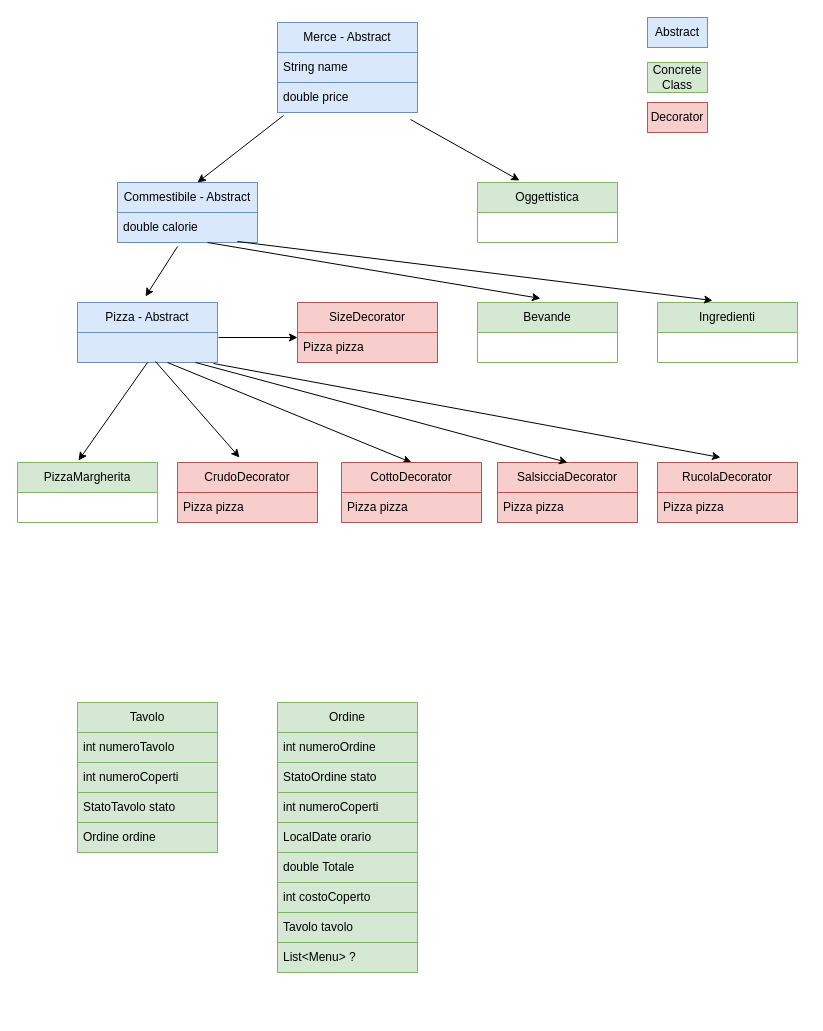
Before: esercizio/DiagrammaW17D1.drawio in WalterBarbieri/Week17Day1, a draw.io diagram. Source tidied: cells renumbered, new cells numbered last; positions are measured from the earlier drawing's top-left corner, leaving out a move shared by most shapes. Both pictures are drawn from the tidied source at 100%, with x=0, y=0 at pixel (17, 17).
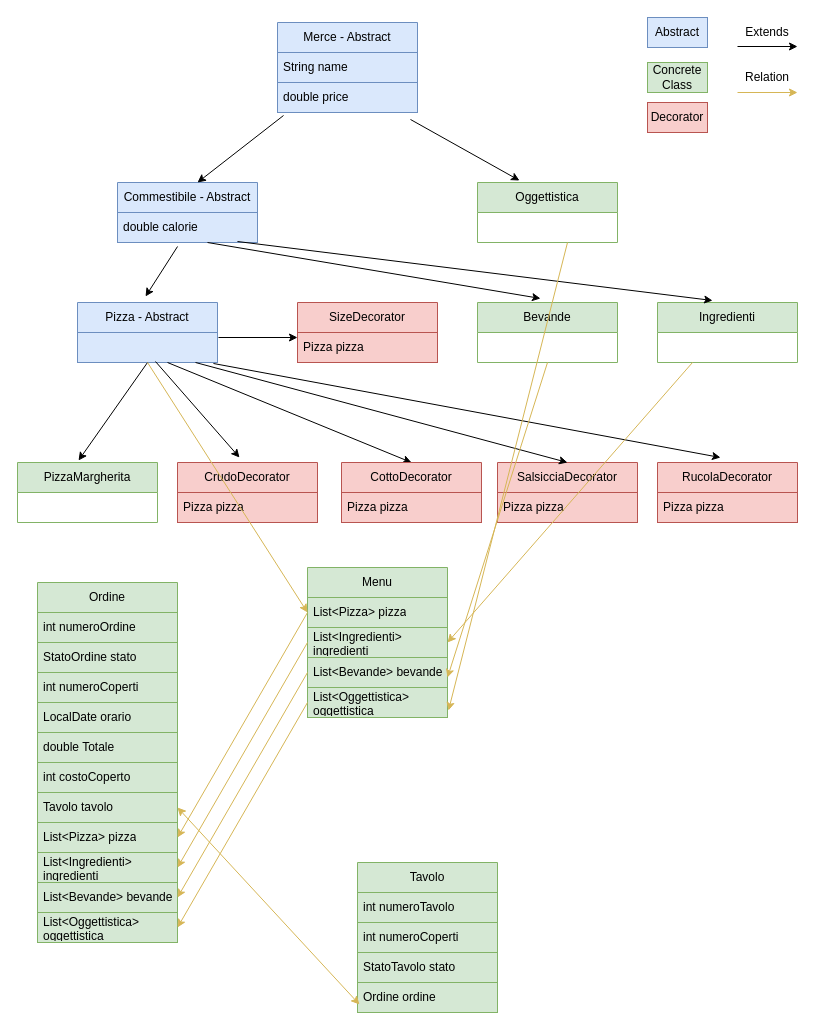
Above is the later version.

The change refers to these unchanged cells:
```xml
<mxCell id="11" style="text;strokeColor=#6c8ebf;fillColor=#dae8fc;align=left;verticalAlign=middle;spacingLeft=4;spacingRight=4;overflow=hidden;points=[[0,0.5],[1,0.5]];portConstraint=eastwest;whiteSpace=wrap;html=1;" parent="10" vertex="1">
  <mxGeometry y="30" width="140" height="30" as="geometry" />
</mxCell>
<mxCell id="12" value="Bevande" style="swimlane;fontStyle=0;horizontal=1;startSize=30;whiteSpace=wrap;html=1;fillColor=#d5e8d4;strokeColor=#82b366;" parent="1" vertex="1">
  <mxGeometry x="460" y="285" width="140" height="60" as="geometry" />
</mxCell>
<mxCell id="15" value="Ingredienti" style="swimlane;fontStyle=0;horizontal=1;startSize=30;whiteSpace=wrap;html=1;fillColor=#d5e8d4;strokeColor=#82b366;" parent="1" vertex="1">
  <mxGeometry x="640" y="285" width="140" height="60" as="geometry" />
</mxCell>
<mxCell id="41" value="Ordine ordine" style="text;strokeColor=#82b366;fillColor=#d5e8d4;align=left;verticalAlign=middle;spacingLeft=4;spacingRight=4;overflow=hidden;points=[[0,0.5],[1,0.5]];portConstraint=eastwest;whiteSpace=wrap;html=1;" parent="37" vertex="1">
  <mxGeometry y="120" width="140" height="30" as="geometry" />
</mxCell>
<mxCell id="49" value="Tavolo tavolo" style="text;strokeColor=#82b366;fillColor=#d5e8d4;align=left;verticalAlign=middle;spacingLeft=4;spacingRight=4;overflow=hidden;points=[[0,0.5],[1,0.5]];portConstraint=eastwest;whiteSpace=wrap;html=1;" parent="42" vertex="1">
  <mxGeometry y="210" width="140" height="30" as="geometry" />
</mxCell>
```

Diff of the diagram source:
```diff
@@
     <mxCell id="37" value="Tavolo" style="swimlane;fontStyle=0;horizontal=1;startSize=30;whiteSpace=wrap;html=1;fillColor=#d5e8d4;strokeColor=#82b366;" parent="1" vertex="1">
-      <mxGeometry x="60" y="685" width="140" height="150" as="geometry" />
+      <mxGeometry x="340" y="845" width="140" height="150" as="geometry" />
     </mxCell>
@@
     <mxCell id="42" value="Ordine" style="swimlane;fontStyle=0;horizontal=1;startSize=30;whiteSpace=wrap;html=1;fillColor=#d5e8d4;strokeColor=#82b366;" parent="1" vertex="1">
-      <mxGeometry x="260" y="685" width="140" height="270" as="geometry" />
+      <mxGeometry x="20" y="565" width="140" height="240" as="geometry" />
     </mxCell>
@@
+    <mxCell id="51" value="Menu" style="swimlane;fontStyle=0;horizontal=1;startSize=30;whiteSpace=wrap;html=1;fillColor=#d5e8d4;strokeColor=#82b366;" parent="1" vertex="1">
+      <mxGeometry x="290" y="550" width="140" height="150" as="geometry" />
+    </mxCell>
+    <mxCell id="52" value="List&amp;lt;Pizza&amp;gt; pizza" style="text;strokeColor=#82b366;fillColor=#d5e8d4;align=left;verticalAlign=middle;spacingLeft=4;spacingRight=4;overflow=hidden;points=[[0,0.5],[1,0.5]];portConstraint=eastwest;whiteSpace=wrap;html=1;" parent="51" vertex="1">
+      <mxGeometry y="30" width="140" height="30" as="geometry" />
+    </mxCell>
+    <mxCell id="53" value="List&amp;lt;Ingredienti&amp;gt; ingredienti" style="text;strokeColor=#82b366;fillColor=#d5e8d4;align=left;verticalAlign=middle;spacingLeft=4;spacingRight=4;overflow=hidden;points=[[0,0.5],[1,0.5]];portConstraint=eastwest;whiteSpace=wrap;html=1;" parent="51" vertex="1">
+      <mxGeometry y="60" width="140" height="30" as="geometry" />
+    </mxCell>
+    <mxCell id="54" value="List&amp;lt;Bevande&amp;gt; bevande" style="text;strokeColor=#82b366;fillColor=#d5e8d4;align=left;verticalAlign=middle;spacingLeft=4;spacingRight=4;overflow=hidden;points=[[0,0.5],[1,0.5]];portConstraint=eastwest;whiteSpace=wrap;html=1;" parent="51" vertex="1">
+      <mxGeometry y="90" width="140" height="30" as="geometry" />
+    </mxCell>
+    <mxCell id="55" value="List&amp;lt;Oggettistica&amp;gt; oggettistica" style="text;strokeColor=#82b366;fillColor=#d5e8d4;align=left;verticalAlign=middle;spacingLeft=4;spacingRight=4;overflow=hidden;points=[[0,0.5],[1,0.5]];portConstraint=eastwest;whiteSpace=wrap;html=1;" parent="51" vertex="1">
+      <mxGeometry y="120" width="140" height="30" as="geometry" />
+    </mxCell>
+    <mxCell id="56" style="endArrow=classic;html=1;rounded=0;entryX=0;entryY=0.5;entryDx=0;entryDy=0;exitX=0.5;exitY=1;exitDx=0;exitDy=0;exitPerimeter=0;fillColor=#fff2cc;strokeColor=#d6b656;" parent="1" edge="1" source="11" target="52">
+      <mxGeometry relative="1" as="geometry" />
+    </mxCell>
+    <mxCell id="57" style="endArrow=classic;html=1;rounded=0;exitX=0.5;exitY=1;exitDx=0;exitDy=0;entryX=1;entryY=0.667;entryDx=0;entryDy=0;entryPerimeter=0;fillColor=#fff2cc;strokeColor=#d6b656;" parent="1" edge="1" source="12" target="54">
+      <mxGeometry relative="1" as="geometry" />
+    </mxCell>
+    <mxCell id="58" style="endArrow=classic;html=1;rounded=0;entryX=1;entryY=0.5;entryDx=0;entryDy=0;exitX=0.25;exitY=1;exitDx=0;exitDy=0;fillColor=#fff2cc;strokeColor=#d6b656;" parent="1" edge="1" source="15" target="51">
+      <mxGeometry relative="1" as="geometry" />
+    </mxCell>
+    <mxCell id="59" style="endArrow=classic;html=1;rounded=0;entryX=1.007;entryY=0.767;entryDx=0;entryDy=0;entryPerimeter=0;fillColor=#fff2cc;strokeColor=#d6b656;" parent="1" edge="1" target="55">
+      <mxGeometry relative="1" as="geometry">
+        <mxPoint x="550" y="225" as="sourcePoint" />
+      </mxGeometry>
+    </mxCell>
-    <mxCell id="50" value="List&amp;lt;Menu&amp;gt; ?" style="text;strokeColor=#82b366;fillColor=#d5e8d4;align=left;verticalAlign=middle;spacingLeft=4;spacingRight=4;overflow=hidden;points=[[0,0.5],[1,0.5]];portConstraint=eastwest;whiteSpace=wrap;html=1;" parent="42" vertex="1">
-      <mxGeometry y="240" width="140" height="30" as="geometry" />
+    <mxCell id="50" value="List&amp;lt;Pizza&amp;gt; pizza" style="text;strokeColor=#82b366;fillColor=#d5e8d4;align=left;verticalAlign=middle;spacingLeft=4;spacingRight=4;overflow=hidden;points=[[0,0.5],[1,0.5]];portConstraint=eastwest;whiteSpace=wrap;html=1;" parent="1" vertex="1">
+      <mxGeometry x="20" y="805" width="140" height="30" as="geometry" />
     </mxCell>
+    <mxCell id="60" value="List&amp;lt;Ingredienti&amp;gt; ingredienti" style="text;strokeColor=#82b366;fillColor=#d5e8d4;align=left;verticalAlign=middle;spacingLeft=4;spacingRight=4;overflow=hidden;points=[[0,0.5],[1,0.5]];portConstraint=eastwest;whiteSpace=wrap;html=1;" parent="1" vertex="1">
+      <mxGeometry x="20" y="835" width="140" height="30" as="geometry" />
+    </mxCell>
+    <mxCell id="61" value="List&amp;lt;Bevande&amp;gt; bevande" style="text;strokeColor=#82b366;fillColor=#d5e8d4;align=left;verticalAlign=middle;spacingLeft=4;spacingRight=4;overflow=hidden;points=[[0,0.5],[1,0.5]];portConstraint=eastwest;whiteSpace=wrap;html=1;" parent="1" vertex="1">
+      <mxGeometry x="20" y="865" width="140" height="30" as="geometry" />
+    </mxCell>
+    <mxCell id="62" value="List&amp;lt;Oggettistica&amp;gt; oggettistica" style="text;strokeColor=#82b366;fillColor=#d5e8d4;align=left;verticalAlign=middle;spacingLeft=4;spacingRight=4;overflow=hidden;points=[[0,0.5],[1,0.5]];portConstraint=eastwest;whiteSpace=wrap;html=1;" parent="1" vertex="1">
+      <mxGeometry x="20" y="895" width="140" height="30" as="geometry" />
+    </mxCell>
+    <mxCell id="63" style="endArrow=classic;html=1;rounded=0;exitX=0;exitY=0.5;exitDx=0;exitDy=0;entryX=1;entryY=0.5;entryDx=0;entryDy=0;fillColor=#fff2cc;strokeColor=#d6b656;" parent="1" edge="1" source="52" target="50">
+      <mxGeometry relative="1" as="geometry" />
+    </mxCell>
+    <mxCell id="64" style="endArrow=classic;html=1;rounded=0;exitX=0;exitY=0.5;exitDx=0;exitDy=0;entryX=1;entryY=0.5;entryDx=0;entryDy=0;fillColor=#fff2cc;strokeColor=#d6b656;" parent="1" edge="1" source="53" target="60">
+      <mxGeometry relative="1" as="geometry" />
+    </mxCell>
+    <mxCell id="65" style="endArrow=classic;html=1;rounded=0;exitX=0;exitY=0.5;exitDx=0;exitDy=0;entryX=1;entryY=0.5;entryDx=0;entryDy=0;fillColor=#fff2cc;strokeColor=#d6b656;" parent="1" edge="1" source="54" target="61">
+      <mxGeometry relative="1" as="geometry" />
+    </mxCell>
+    <mxCell id="66" style="endArrow=classic;html=1;rounded=0;exitX=0;exitY=0.5;exitDx=0;exitDy=0;entryX=1;entryY=0.5;entryDx=0;entryDy=0;fillColor=#fff2cc;strokeColor=#d6b656;" parent="1" edge="1" source="55" target="62">
+      <mxGeometry relative="1" as="geometry" />
+    </mxCell>
+    <mxCell id="67" style="endArrow=classic;startArrow=classic;html=1;rounded=0;exitX=0.014;exitY=0.733;exitDx=0;exitDy=0;exitPerimeter=0;entryX=1;entryY=0.5;entryDx=0;entryDy=0;fillColor=#fff2cc;strokeColor=#d6b656;" parent="1" edge="1" source="41" target="49">
+      <mxGeometry relative="1" as="geometry" />
+    </mxCell>
+    <mxCell id="68" style="endArrow=classic;html=1;rounded=0;" parent="1" edge="1">
+      <mxGeometry relative="1" as="geometry">
+        <mxPoint x="720" y="29" as="sourcePoint" />
+        <mxPoint x="780" y="29" as="targetPoint" />
+      </mxGeometry>
+    </mxCell>
+    <mxCell id="69" value="Extends" style="text;html=1;strokeColor=none;fillColor=none;align=center;verticalAlign=middle;whiteSpace=wrap;rounded=0;" parent="1" vertex="1">
+      <mxGeometry x="720" width="60" height="30" as="geometry" />
+    </mxCell>
+    <mxCell id="70" style="endArrow=classic;html=1;rounded=0;fillColor=#fff2cc;strokeColor=#d6b656;" parent="1" edge="1">
+      <mxGeometry relative="1" as="geometry">
+        <mxPoint x="720" y="75" as="sourcePoint" />
+        <mxPoint x="780" y="75" as="targetPoint" />
+      </mxGeometry>
+    </mxCell>
+    <mxCell id="71" value="Relation" style="text;html=1;strokeColor=none;fillColor=none;align=center;verticalAlign=middle;whiteSpace=wrap;rounded=0;" parent="1" vertex="1">
+      <mxGeometry x="720" y="45" width="60" height="30" as="geometry" />
+    </mxCell>
```
